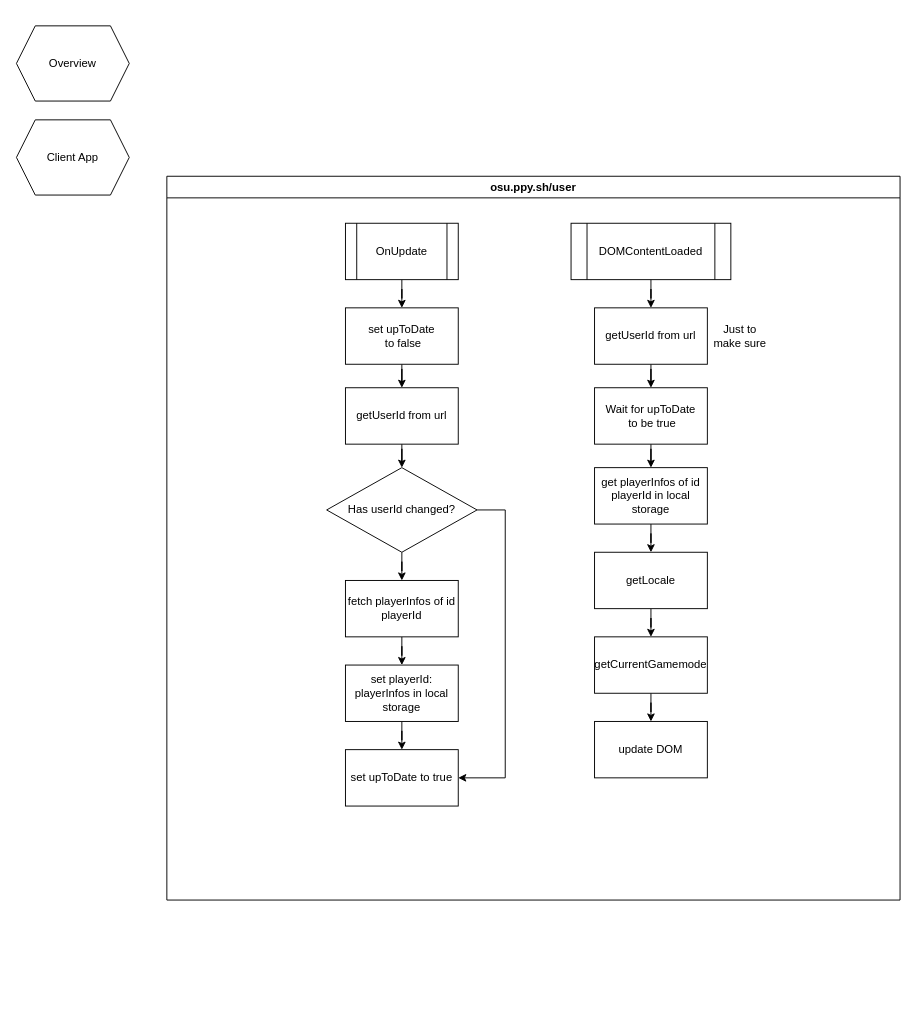
Above: page "extension" (5 of 11) of BellaFiora.drawio in BellaFiora/BellaFiora (draw.io), before the change. Source tidied: cells renumbered, new cells numbered last; positions are measured from the earlier drawing's top-left corner, leaving out a move shared by most shapes. Both pictures are drawn from the tidied source at 94%, with x=0, y=0 at pixel (16, 25).
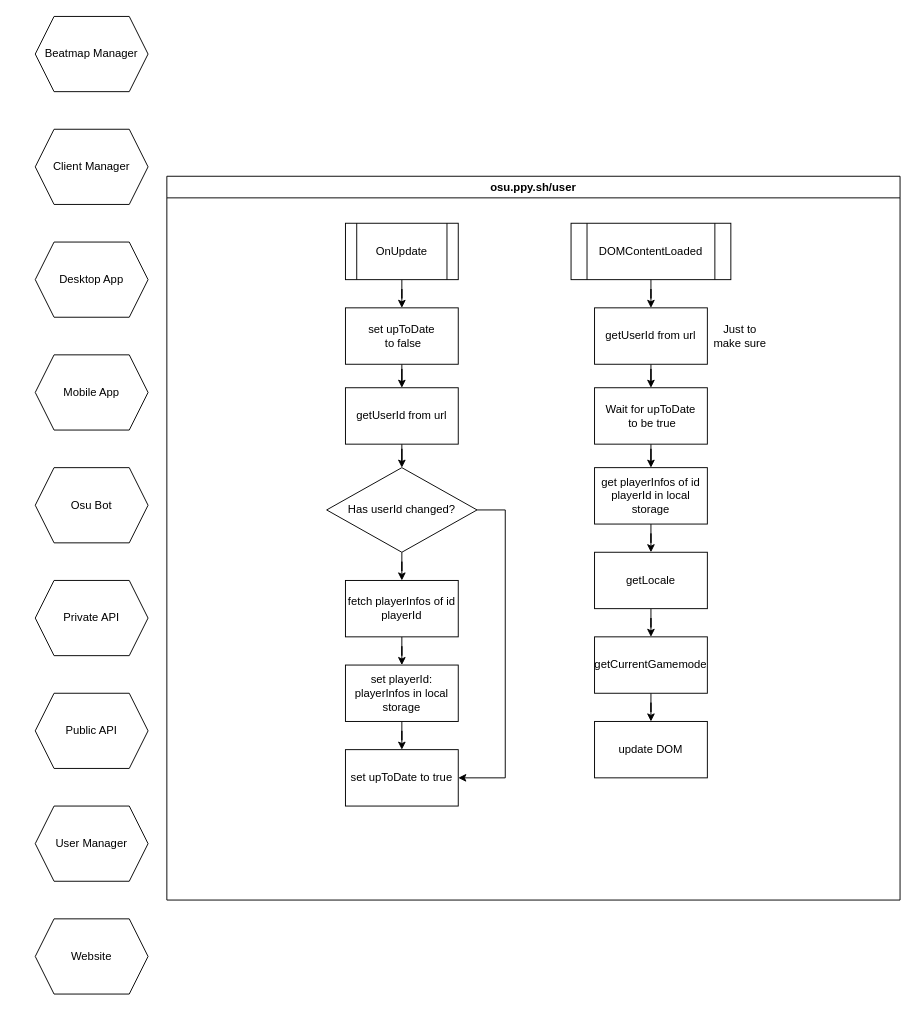
After the change.

Diff of the diagram source:
```diff
@@
-    <mxCell id="31" value="Overview" style="shape=hexagon;perimeter=hexagonPerimeter2;whiteSpace=wrap;html=1;fixedSize=1;" parent="1" vertex="1">
-      <mxGeometry width="120" height="80" as="geometry" />
-    </mxCell>
-    <mxCell id="32" value="Client App" style="shape=hexagon;perimeter=hexagonPerimeter2;whiteSpace=wrap;html=1;fixedSize=1;" parent="1" vertex="1">
-      <mxGeometry y="100" width="120" height="80" as="geometry" />
-    </mxCell>
+    <mxCell id="33" value="Beatmap Manager" style="shape=hexagon;perimeter=hexagonPerimeter2;whiteSpace=wrap;html=1;fixedSize=1;" parent="1" vertex="1">
+      <mxGeometry x="20" y="-10" width="120" height="80" as="geometry" />
+    </mxCell>
+    <mxCell id="34" value="Client Manager" style="shape=hexagon;perimeter=hexagonPerimeter2;whiteSpace=wrap;html=1;fixedSize=1;" parent="1" vertex="1">
+      <mxGeometry x="20" y="110" width="120" height="80" as="geometry" />
+    </mxCell>
+    <mxCell id="35" value="Desktop App" style="shape=hexagon;perimeter=hexagonPerimeter2;whiteSpace=wrap;html=1;fixedSize=1;" parent="1" vertex="1">
+      <mxGeometry x="20" y="230" width="120" height="80" as="geometry" />
+    </mxCell>
+    <mxCell id="36" value="Mobile App" style="shape=hexagon;perimeter=hexagonPerimeter2;whiteSpace=wrap;html=1;fixedSize=1;" parent="1" vertex="1">
+      <mxGeometry x="20" y="350" width="120" height="80" as="geometry" />
+    </mxCell>
+    <mxCell id="37" value="Osu Bot" style="shape=hexagon;perimeter=hexagonPerimeter2;whiteSpace=wrap;html=1;fixedSize=1;" parent="1" vertex="1">
+      <mxGeometry x="20" y="470" width="120" height="80" as="geometry" />
+    </mxCell>
+    <mxCell id="38" value="Private API" style="shape=hexagon;perimeter=hexagonPerimeter2;whiteSpace=wrap;html=1;fixedSize=1;" parent="1" vertex="1">
+      <mxGeometry x="20" y="590" width="120" height="80" as="geometry" />
+    </mxCell>
+    <mxCell id="39" value="Public API" style="shape=hexagon;perimeter=hexagonPerimeter2;whiteSpace=wrap;html=1;fixedSize=1;" parent="1" vertex="1">
+      <mxGeometry x="20" y="710" width="120" height="80" as="geometry" />
+    </mxCell>
+    <mxCell id="40" value="User Manager" style="shape=hexagon;perimeter=hexagonPerimeter2;whiteSpace=wrap;html=1;fixedSize=1;" parent="1" vertex="1">
+      <mxGeometry x="20" y="830" width="120" height="80" as="geometry" />
+    </mxCell>
+    <mxCell id="41" value="Website" style="shape=hexagon;perimeter=hexagonPerimeter2;whiteSpace=wrap;html=1;fixedSize=1;" parent="1" vertex="1">
+      <mxGeometry x="20" y="950" width="120" height="80" as="geometry" />
+    </mxCell>
```
